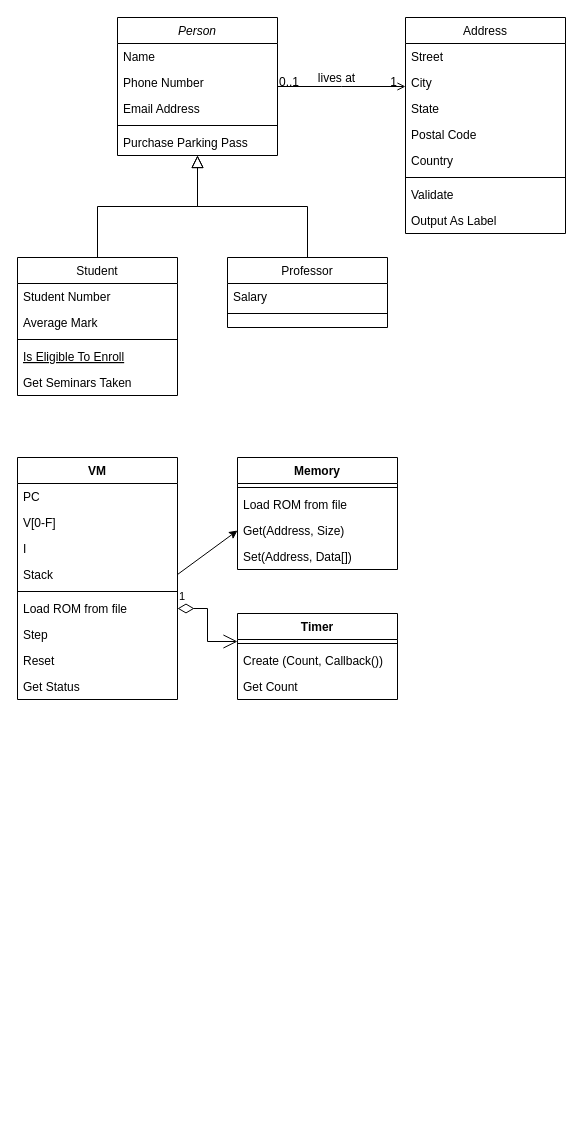
Before: chip8er.drawio in pazworld/drawio, a draw.io diagram. Source tidied: cells renumbered, new cells numbered last; positions are measured from the earlier drawing's top-left corner, leaving out a move shared by most shapes. Both pictures are drawn from the tidied source at 100%, with x=0, y=0 at pixel (17, 17).
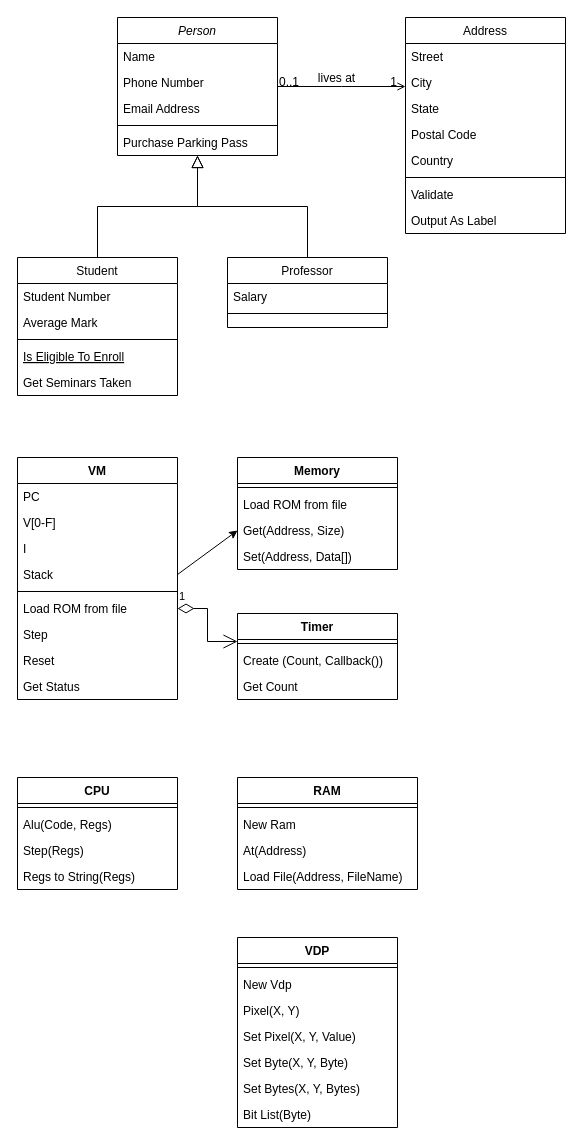
The same page after the edit.

Commit message:
add current CPU, RAM and VDP

The edit, as a diff of the source:
```diff
@@
+    <mxCell id="53" value="CPU" style="swimlane;fontStyle=1;align=center;verticalAlign=top;horizontal=1;startSize=26;" parent="1" vertex="1">
+      <mxGeometry y="760" width="160" height="112" as="geometry" />
+    </mxCell>
+    <mxCell id="54" style="line;strokeWidth=1;fillColor=none;align=left;verticalAlign=middle;spacingTop=-1;spacingLeft=3;spacingRight=3;labelPosition=right;" parent="53" vertex="1">
+      <mxGeometry y="26" width="160" height="8" as="geometry" />
+    </mxCell>
+    <mxCell id="55" value="Alu(Code, Regs)" style="text;strokeColor=none;fillColor=none;align=left;verticalAlign=top;spacingLeft=4;spacingRight=4;overflow=hidden;" parent="53" vertex="1">
+      <mxGeometry y="34" width="160" height="26" as="geometry" />
+    </mxCell>
+    <mxCell id="56" value="Step(Regs)" style="text;strokeColor=none;fillColor=none;align=left;verticalAlign=top;spacingLeft=4;spacingRight=4;overflow=hidden;" parent="53" vertex="1">
+      <mxGeometry y="60" width="160" height="26" as="geometry" />
+    </mxCell>
+    <mxCell id="57" value="Regs to String(Regs)" style="text;strokeColor=none;fillColor=none;align=left;verticalAlign=top;spacingLeft=4;spacingRight=4;overflow=hidden;" parent="53" vertex="1">
+      <mxGeometry y="86" width="160" height="26" as="geometry" />
+    </mxCell>
+    <mxCell id="58" value="RAM" style="swimlane;fontStyle=1;align=center;verticalAlign=top;horizontal=1;startSize=26;" parent="1" vertex="1">
+      <mxGeometry x="220" y="760" width="180" height="112" as="geometry" />
+    </mxCell>
+    <mxCell id="59" style="line;strokeWidth=1;fillColor=none;align=left;verticalAlign=middle;spacingTop=-1;spacingLeft=3;spacingRight=3;labelPosition=right;" parent="58" vertex="1">
+      <mxGeometry y="26" width="180" height="8" as="geometry" />
+    </mxCell>
+    <mxCell id="60" value="New Ram" style="text;strokeColor=none;fillColor=none;align=left;verticalAlign=top;spacingLeft=4;spacingRight=4;overflow=hidden;" parent="58" vertex="1">
+      <mxGeometry y="34" width="180" height="26" as="geometry" />
+    </mxCell>
+    <mxCell id="61" value="At(Address)" style="text;strokeColor=none;fillColor=none;align=left;verticalAlign=top;spacingLeft=4;spacingRight=4;overflow=hidden;" parent="58" vertex="1">
+      <mxGeometry y="60" width="180" height="26" as="geometry" />
+    </mxCell>
+    <mxCell id="62" value="Load File(Address, FileName)" style="text;strokeColor=none;fillColor=none;align=left;verticalAlign=top;spacingLeft=4;spacingRight=4;overflow=hidden;" parent="58" vertex="1">
+      <mxGeometry y="86" width="180" height="26" as="geometry" />
+    </mxCell>
+    <mxCell id="63" value="VDP" style="swimlane;fontStyle=1;align=center;verticalAlign=top;horizontal=1;startSize=26;" parent="1" vertex="1">
+      <mxGeometry x="220" y="920" width="160" height="190" as="geometry" />
+    </mxCell>
+    <mxCell id="64" style="line;strokeWidth=1;fillColor=none;align=left;verticalAlign=middle;spacingTop=-1;spacingLeft=3;spacingRight=3;labelPosition=right;" parent="63" vertex="1">
+      <mxGeometry y="26" width="160" height="8" as="geometry" />
+    </mxCell>
+    <mxCell id="65" value="New Vdp" style="text;strokeColor=none;fillColor=none;align=left;verticalAlign=top;spacingLeft=4;spacingRight=4;overflow=hidden;" parent="63" vertex="1">
+      <mxGeometry y="34" width="160" height="26" as="geometry" />
+    </mxCell>
+    <mxCell id="66" value="Pixel(X, Y)" style="text;strokeColor=none;fillColor=none;align=left;verticalAlign=top;spacingLeft=4;spacingRight=4;overflow=hidden;" parent="63" vertex="1">
+      <mxGeometry y="60" width="160" height="26" as="geometry" />
+    </mxCell>
+    <mxCell id="67" value="Set Pixel(X, Y, Value)" style="text;strokeColor=none;fillColor=none;align=left;verticalAlign=top;spacingLeft=4;spacingRight=4;overflow=hidden;" parent="63" vertex="1">
+      <mxGeometry y="86" width="160" height="26" as="geometry" />
+    </mxCell>
+    <mxCell id="68" value="Set Byte(X, Y, Byte)" style="text;strokeColor=none;fillColor=none;align=left;verticalAlign=top;spacingLeft=4;spacingRight=4;overflow=hidden;" parent="63" vertex="1">
+      <mxGeometry y="112" width="160" height="26" as="geometry" />
+    </mxCell>
+    <mxCell id="69" value="Set Bytes(X, Y, Bytes)" style="text;strokeColor=none;fillColor=none;align=left;verticalAlign=top;spacingLeft=4;spacingRight=4;overflow=hidden;" parent="63" vertex="1">
+      <mxGeometry y="138" width="160" height="26" as="geometry" />
+    </mxCell>
+    <mxCell id="70" value="Bit List(Byte)" style="text;strokeColor=none;fillColor=none;align=left;verticalAlign=top;spacingLeft=4;spacingRight=4;overflow=hidden;" parent="63" vertex="1">
+      <mxGeometry y="164" width="160" height="26" as="geometry" />
+    </mxCell>
```
